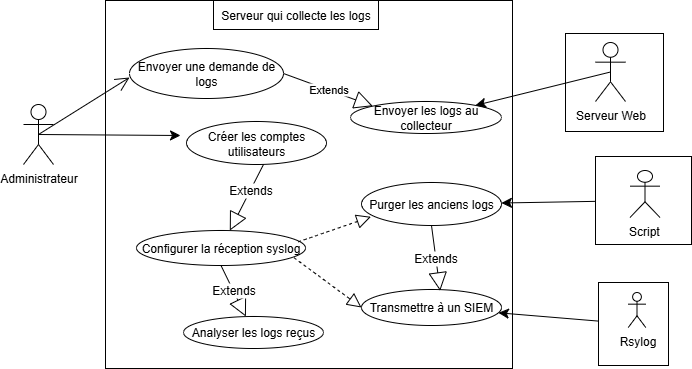
Gimaxe/Projet-Syslog-AMRV keeps this draw.io diagram as UML/DiagramCollecteLogs.drawio.png. Above is the earlier version. Source tidied: cells renumbered, new cells last; positions are measured from the earlier drawing's top-left corner, leaving out a move shared by most shapes.
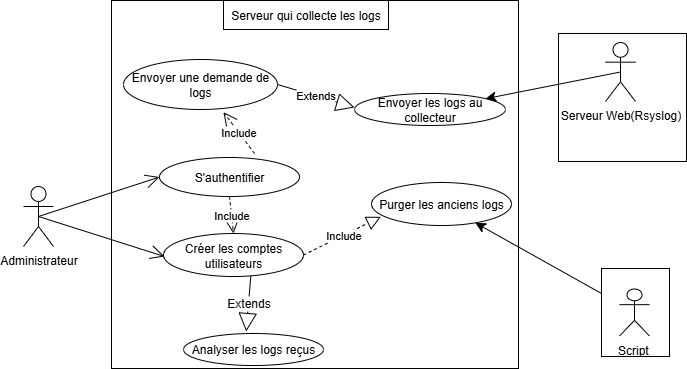
Later version of the same file.

Commit message:
Ajout UsecaseDiagram Collecte de Logs

Diff of the diagram source:
```diff
@@ -3,91 +3,79 @@
     <mxCell id="0" />
     <mxCell id="1" parent="0" />
     <mxCell id="2" style="whiteSpace=wrap;html=1;" parent="1" vertex="1">
-      <mxGeometry x="542" y="33" width="98" height="98" as="geometry" />
+      <mxGeometry x="525" y="33" width="128" height="128" as="geometry" />
     </mxCell>
-    <mxCell id="3" value="Serveur Web" style="shape=umlActor;verticalLabelPosition=bottom;verticalAlign=top;html=1;" parent="1" vertex="1">
+    <mxCell id="3" value="Serveur Web(Rsyslog)" style="shape=umlActor;verticalLabelPosition=bottom;verticalAlign=top;html=1;" parent="1" vertex="1">
       <mxGeometry x="572" y="42" width="30" height="59" as="geometry" />
     </mxCell>
     <mxCell id="4" value="Administrateur&lt;div&gt;&lt;br&gt;&lt;/div&gt;" style="shape=umlActor;verticalLabelPosition=bottom;verticalAlign=top;html=1;" parent="1" vertex="1">
-      <mxGeometry y="104" width="30" height="60" as="geometry" />
+      <mxGeometry x="-10" y="186" width="30" height="60" as="geometry" />
     </mxCell>
     <mxCell id="5" value="&lt;br&gt;&lt;div&gt;&lt;br&gt;&lt;/div&gt;" style="html=1;whiteSpace=wrap;" parent="1" vertex="1">
-      <mxGeometry x="82" width="407" height="368" as="geometry" />
+      <mxGeometry x="78" width="407" height="368" as="geometry" />
     </mxCell>
     <mxCell id="6" value="Serveur qui collecte les logs" style="html=1;whiteSpace=wrap;" parent="1" vertex="1">
       <mxGeometry x="190" width="165" height="29" as="geometry" />
     </mxCell>
     <mxCell id="7" value="Envoyer les logs au collecteur" style="ellipse;whiteSpace=wrap;html=1;" parent="1" vertex="1">
-      <mxGeometry x="327" y="101" width="151" height="32" as="geometry" />
+      <mxGeometry x="321" y="93" width="151" height="32" as="geometry" />
     </mxCell>
     <mxCell id="8" value="Analyser les logs reçus" style="ellipse;whiteSpace=wrap;html=1;" parent="1" vertex="1">
-      <mxGeometry x="160" y="316" width="140" height="32" as="geometry" />
+      <mxGeometry x="150" y="333" width="140" height="32" as="geometry" />
     </mxCell>
-    <mxCell id="9" value="Transmettre à un SIEM" style="ellipse;whiteSpace=wrap;html=1;" parent="1" vertex="1">
-      <mxGeometry x="338" y="289" width="140" height="36" as="geometry" />
-    </mxCell>
-    <mxCell id="10" value="Configurer la réception syslog" style="ellipse;whiteSpace=wrap;html=1;" parent="1" vertex="1">
-      <mxGeometry x="113" y="230" width="169" height="35" as="geometry" />
-    </mxCell>
     <mxCell id="11" value="Purger les anciens logs" style="ellipse;whiteSpace=wrap;html=1;" parent="1" vertex="1">
       <mxGeometry x="338" y="182" width="140" height="43" as="geometry" />
     </mxCell>
     <mxCell id="12" style="edgeStyle=none;curved=1;rounded=0;jettySize=auto;html=1;exitX=0.5;exitY=0.5;exitDx=0;exitDy=0;exitPerimeter=0;fontSize=12;startSize=8;endSize=8;" parent="1" edge="1" source="3" target="7">
       <mxGeometry relative="1" as="geometry" />
     </mxCell>
-    <mxCell id="13" style="edgeStyle=none;curved=1;rounded=0;jettySize=auto;html=1;exitX=0.5;exitY=0.5;exitDx=0;exitDy=0;exitPerimeter=0;fontSize=12;startSize=8;endSize=8;" parent="1" edge="1" source="4">
-      <mxGeometry relative="1" as="geometry">
-        <mxPoint x="157" y="135" as="targetPoint" />
-      </mxGeometry>
-    </mxCell>
     <mxCell id="14" style="edgeStyle=none;curved=1;rounded=0;jettySize=auto;html=1;fontSize=12;startSize=8;endSize=8;" parent="1" edge="1" source="15" target="11">
       <mxGeometry relative="1" as="geometry" />
     </mxCell>
     <mxCell id="15" style="html=1;whiteSpace=wrap;" parent="1" vertex="1">
-      <mxGeometry x="572" y="156" width="96" height="88" as="geometry" />
+      <mxGeometry x="568" y="268" width="68" height="88" as="geometry" />
     </mxCell>
-    <mxCell id="16" style="edgeStyle=none;curved=1;rounded=0;jettySize=auto;html=1;fontSize=12;startSize=8;endSize=8;" parent="1" edge="1" source="17" target="9">
-      <mxGeometry relative="1" as="geometry" />
-    </mxCell>
-    <mxCell id="17" style="html=1;whiteSpace=wrap;" parent="1" vertex="1">
-      <mxGeometry x="575" y="282" width="70" height="83" as="geometry" />
-    </mxCell>
-    <mxCell id="18" value="Rsylog" style="shape=umlActor;verticalLabelPosition=bottom;verticalAlign=top;html=1;" parent="1" vertex="1">
-      <mxGeometry x="604.8" y="292" width="17.5" height="35" as="geometry" />
-    </mxCell>
     <mxCell id="19" value="Script&amp;nbsp;" style="shape=umlActor;verticalLabelPosition=bottom;verticalAlign=top;html=1;" parent="1" vertex="1">
-      <mxGeometry x="606.5" y="170" width="30" height="47" as="geometry" />
+      <mxGeometry x="586" y="288.5" width="30" height="47" as="geometry" />
     </mxCell>
-    <mxCell id="20" value="Extends" style="endArrow=block;endSize=16;endFill=0;html=1;rounded=0;fontSize=12;curved=1;exitX=0.564;exitY=0.98;exitDx=0;exitDy=0;exitPerimeter=0;" parent="1" edge="1" target="10">
-      <mxGeometry relative="1" as="geometry">
-        <mxPoint x="247" y="150.3" as="sourcePoint" />
-      </mxGeometry>
+    <mxCell id="20" value="Extends" style="endArrow=block;endSize=16;endFill=0;html=1;rounded=0;fontSize=12;curved=1;exitX=0.624;exitY=0.969;exitDx=0;exitDy=0;exitPerimeter=0;entryX=0.448;entryY=-0.062;entryDx=0;entryDy=0;entryPerimeter=0;" parent="1" edge="1" source="25" target="8">
+      <mxGeometry relative="1" as="geometry" />
     </mxCell>
-    <mxCell id="21" value="Extends" style="endArrow=block;endSize=16;endFill=0;html=1;rounded=0;fontSize=12;curved=1;exitX=0.5;exitY=1;exitDx=0;exitDy=0;" parent="1" edge="1" source="10" target="8">
-      <mxGeometry relative="1" as="geometry" />
-    </mxCell>
-    <mxCell id="22" style="endArrow=block;dashed=1;endFill=0;endSize=12;html=1;rounded=0;fontSize=12;curved=1;exitX=0.933;exitY=0.781;exitDx=0;exitDy=0;exitPerimeter=0;entryX=0;entryY=0.5;entryDx=0;entryDy=0;" parent="1" edge="1" source="10" target="9">
-      <mxGeometry relative="1" as="geometry" />
-    </mxCell>
-    <mxCell id="23" style="endArrow=block;dashed=1;endFill=0;endSize=12;html=1;rounded=0;fontSize=12;curved=1;entryX=0.067;entryY=0.798;entryDx=0;entryDy=0;entryPerimeter=0;exitX=0.957;exitY=0.324;exitDx=0;exitDy=0;exitPerimeter=0;" parent="1" edge="1" source="10" target="11">
+    <mxCell id="23" style="endArrow=block;dashed=1;endFill=0;endSize=12;html=1;rounded=0;fontSize=12;curved=1;entryX=0.067;entryY=0.798;entryDx=0;entryDy=0;entryPerimeter=0;exitX=1;exitY=0.5;exitDx=0;exitDy=0;" parent="1" edge="1" source="25" target="11">
       <mxGeometry relative="1" as="geometry" />
     </mxCell>
-    <mxCell id="24" value="Extends" style="endArrow=block;endSize=16;endFill=0;html=1;rounded=0;fontSize=12;curved=1;entryX=0.562;entryY=0.037;entryDx=0;entryDy=0;entryPerimeter=0;exitX=0.5;exitY=1;exitDx=0;exitDy=0;" parent="1" edge="1" source="11" target="9">
-      <mxGeometry relative="1" as="geometry" />
-    </mxCell>
+    <mxCell id="29" value="Include" style="edgeLabel;html=1;align=center;verticalAlign=middle;" parent="23" vertex="1">
+      <mxGeometry x="0.03" y="-1" relative="1" as="geometry">
+        <mxPoint y="-1" as="offset" />
+      </mxGeometry>
+    </mxCell>
     <mxCell id="25" value="Créer les comptes utilisateurs" style="ellipse;whiteSpace=wrap;html=1;" parent="1" vertex="1">
-      <mxGeometry x="163" y="121" width="140" height="43" as="geometry" />
+      <mxGeometry x="130" y="233" width="140" height="43" as="geometry" />
     </mxCell>
     <mxCell id="26" value="Envoyer une demande de logs" style="ellipse;whiteSpace=wrap;html=1;" parent="1" vertex="1">
-      <mxGeometry x="106" y="48" width="154" height="50" as="geometry" />
+      <mxGeometry x="90" y="59" width="154" height="50" as="geometry" />
     </mxCell>
-    <mxCell id="27" style="endArrow=open;endFill=1;endSize=12;html=1;rounded=0;exitX=0.5;exitY=0.5;exitDx=0;exitDy=0;exitPerimeter=0;" parent="1" edge="1" source="4">
-      <mxGeometry relative="1" as="geometry">
-        <mxPoint x="106" y="77" as="targetPoint" />
-      </mxGeometry>
+    <mxCell id="27" style="endArrow=open;endFill=1;endSize=12;html=1;rounded=0;exitX=0.5;exitY=0.5;exitDx=0;exitDy=0;exitPerimeter=0;entryX=0;entryY=0.5;entryDx=0;entryDy=0;" parent="1" edge="1" source="4" target="31">
+      <mxGeometry relative="1" as="geometry" />
     </mxCell>
-    <mxCell id="28" value="Extends" style="endArrow=block;endSize=16;endFill=0;html=1;rounded=0;exitX=1;exitY=0.5;exitDx=0;exitDy=0;entryX=0;entryY=0;entryDx=0;entryDy=0;" parent="1" edge="1" source="26" target="7">
-      <mxGeometry relative="1" as="geometry" />
+    <mxCell id="28" value="Extends" style="endArrow=block;endSize=16;endFill=0;html=1;rounded=0;exitX=1;exitY=0.5;exitDx=0;exitDy=0;" parent="1" edge="1" source="26">
+      <mxGeometry relative="1" as="geometry">
+        <mxPoint x="321" y="107" as="targetPoint" />
+      </mxGeometry>
     </mxCell>
+    <mxCell id="30" style="endArrow=open;endFill=1;endSize=12;html=1;rounded=0;exitX=0.5;exitY=0.5;exitDx=0;exitDy=0;exitPerimeter=0;entryX=0.007;entryY=0.535;entryDx=0;entryDy=0;entryPerimeter=0;" parent="1" edge="1" source="4" target="25">
+      <mxGeometry relative="1" as="geometry" />
+    </mxCell>
+    <mxCell id="31" value="S'authentifier" style="ellipse;whiteSpace=wrap;html=1;" parent="1" vertex="1">
+      <mxGeometry x="126" y="157" width="140" height="39" as="geometry" />
+    </mxCell>
+    <mxCell id="32" value="Include" style="endArrow=open;endSize=12;dashed=1;html=1;rounded=0;entryX=0.649;entryY=1.053;entryDx=0;entryDy=0;entryPerimeter=0;" parent="1" edge="1" target="26">
+      <mxGeometry relative="1" as="geometry">
+        <mxPoint x="221" y="153" as="sourcePoint" />
+      </mxGeometry>
+    </mxCell>
+    <mxCell id="33" value="Include" style="endArrow=open;endSize=12;dashed=1;html=1;rounded=0;entryX=0.5;entryY=0;entryDx=0;entryDy=0;exitX=0.5;exitY=1;exitDx=0;exitDy=0;" parent="1" edge="1" source="31" target="25">
+      <mxGeometry relative="1" as="geometry" />
+    </mxCell>
   </root>
 </mxGraphModel>
```
